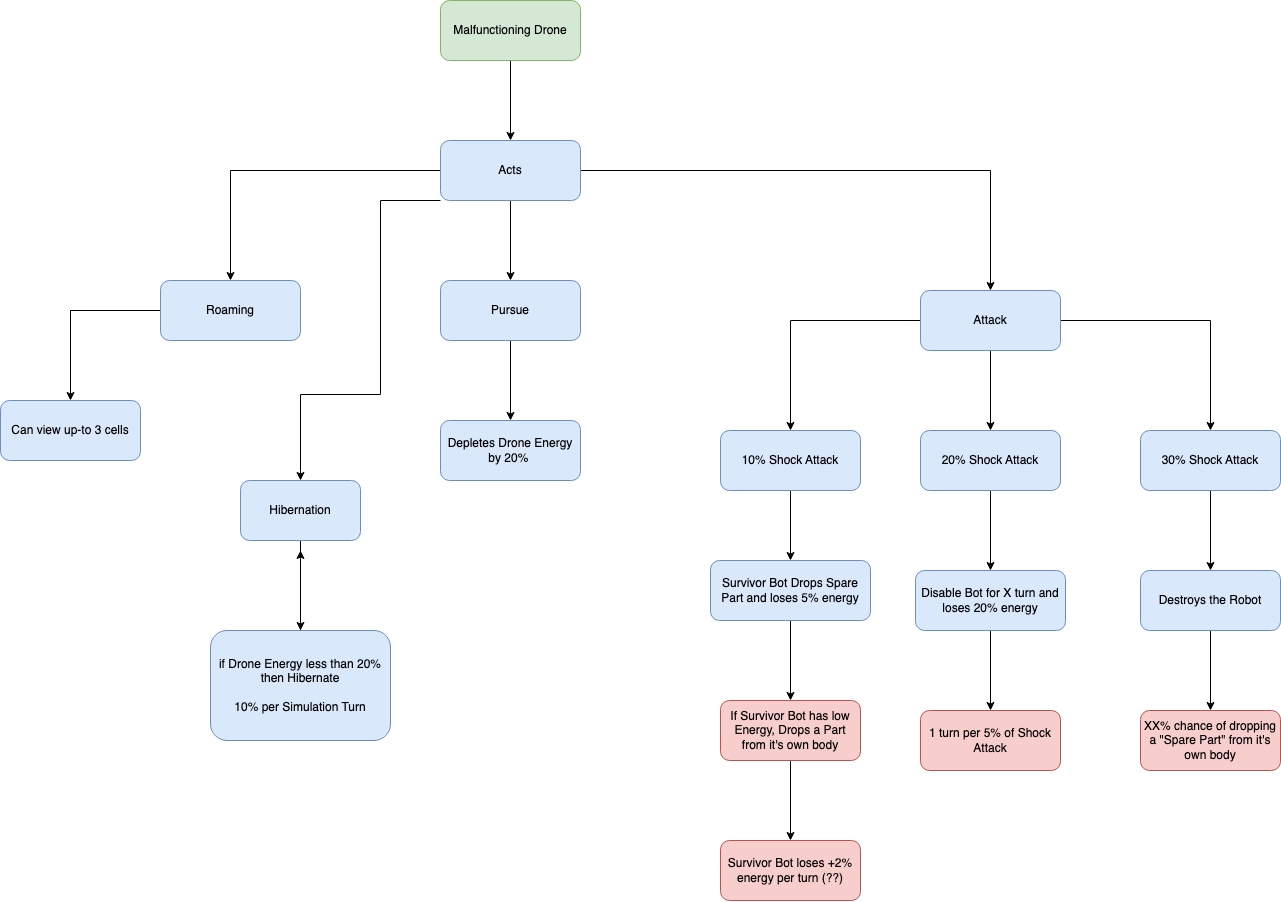
Raul-Prisecaru/Techburg-city keeps this draw.io diagram as diagrams/Malfunctioning_Drones.drawio.png. Above is the earlier version. Source tidied: cells renumbered, new cells last; positions are measured from the earlier drawing's top-left corner, leaving out a move shared by most shapes.
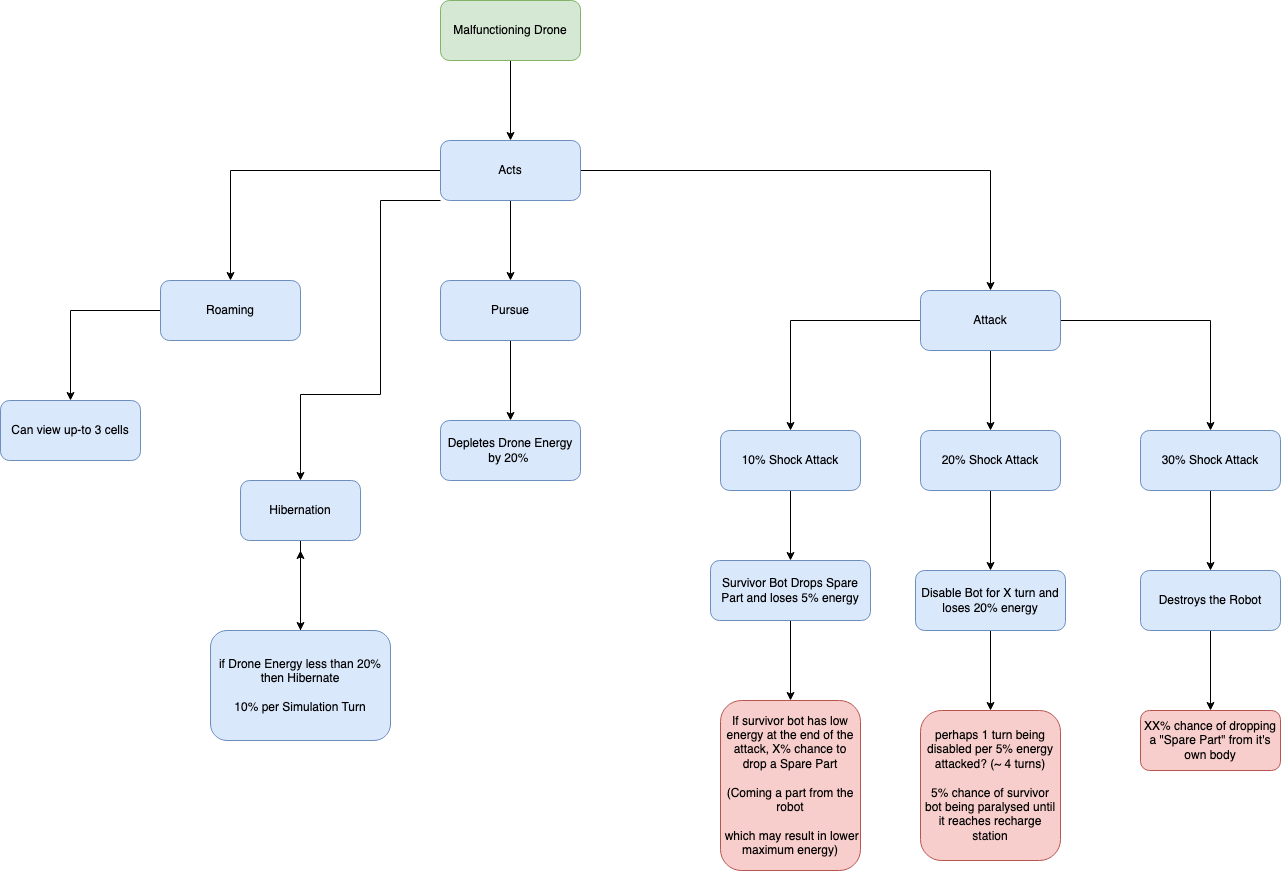
After the commit.

What changed in the source:
```diff
@@ -72,15 +72,9 @@
     <mxCell id="22" value="Survivor Bot Drops Spare Part and loses 5% energy" style="rounded=1;whiteSpace=wrap;html=1;fillColor=#dae8fc;strokeColor=#6c8ebf;" parent="1" vertex="1">
       <mxGeometry x="710" y="560" width="160" height="60" as="geometry" />
     </mxCell>
-    <mxCell id="23" style="edgeStyle=orthogonalEdgeStyle;rounded=0;jettySize=auto;html=1;" parent="1" edge="1" source="24" target="25">
-      <mxGeometry relative="1" as="geometry" />
-    </mxCell>
-    <mxCell id="24" value="If Survivor Bot has low Energy, Drops a Part from it's own body" style="rounded=1;whiteSpace=wrap;html=1;fillColor=#f8cecc;strokeColor=#b85450;" parent="1" vertex="1">
-      <mxGeometry x="720" y="700" width="140" height="60" as="geometry" />
+    <mxCell id="24" value="If survivor bot has low energy at the end of the attack, X% chance to drop a Spare Part &lt;br&gt;&lt;br&gt;(Coming a part from the robot&lt;br&gt;&lt;br&gt;&amp;nbsp;which may result in lower maximum energy)" style="rounded=1;whiteSpace=wrap;html=1;fillColor=#f8cecc;strokeColor=#b85450;" parent="1" vertex="1">
+      <mxGeometry x="720" y="700" width="140" height="170" as="geometry" />
     </mxCell>
-    <mxCell id="25" value="Survivor Bot loses +2% energy per turn (??)" style="rounded=1;whiteSpace=wrap;html=1;fillColor=#f8cecc;strokeColor=#b85450;" parent="1" vertex="1">
-      <mxGeometry x="720" y="840" width="140" height="60" as="geometry" />
-    </mxCell>
     <mxCell id="26" style="edgeStyle=orthogonalEdgeStyle;rounded=0;jettySize=auto;html=1;" parent="1" edge="1" source="27" target="29">
       <mxGeometry relative="1" as="geometry" />
     </mxCell>
@@ -93,8 +87,8 @@
     <mxCell id="29" value="Disable Bot for X turn and loses 20% energy" style="rounded=1;whiteSpace=wrap;html=1;fillColor=#dae8fc;strokeColor=#6c8ebf;" parent="1" vertex="1">
       <mxGeometry x="915" y="570" width="150" height="60" as="geometry" />
     </mxCell>
-    <mxCell id="30" value="1 turn per 5% of Shock Attack" style="rounded=1;whiteSpace=wrap;html=1;fillColor=#f8cecc;strokeColor=#b85450;" parent="1" vertex="1">
-      <mxGeometry x="920" y="710" width="140" height="60" as="geometry" />
+    <mxCell id="30" value="perhaps 1 turn being disabled per 5% energy attacked? (~ 4 turns)&lt;br&gt;&lt;br&gt;5% chance of survivor bot being paralysed until it reaches recharge station" style="rounded=1;whiteSpace=wrap;html=1;fillColor=#f8cecc;strokeColor=#b85450;" parent="1" vertex="1">
+      <mxGeometry x="920" y="710" width="140" height="150" as="geometry" />
     </mxCell>
     <mxCell id="31" style="edgeStyle=orthogonalEdgeStyle;rounded=0;jettySize=auto;html=1;" parent="1" edge="1" source="32" target="34">
       <mxGeometry relative="1" as="geometry" />
```
